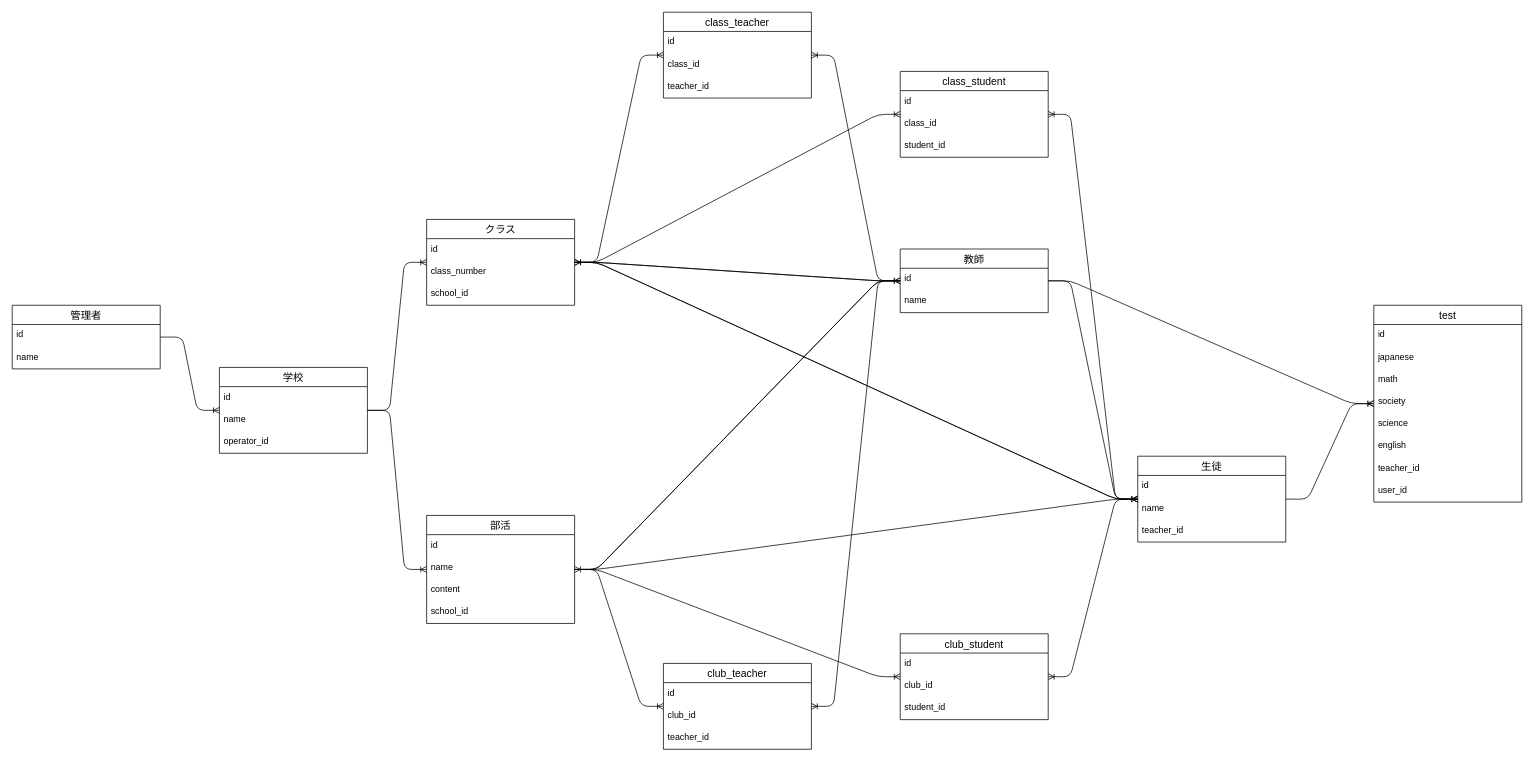
The draw.io diagram src/dio/struc.dio in hikobend/school_list, before the edit. Source tidied: cells renumbered, new cells numbered last; positions are measured from the earlier drawing's top-left corner, leaving out a move shared by most shapes. Both pictures are drawn from the tidied source at 74%, with x=0, y=0 at pixel (12, 12).
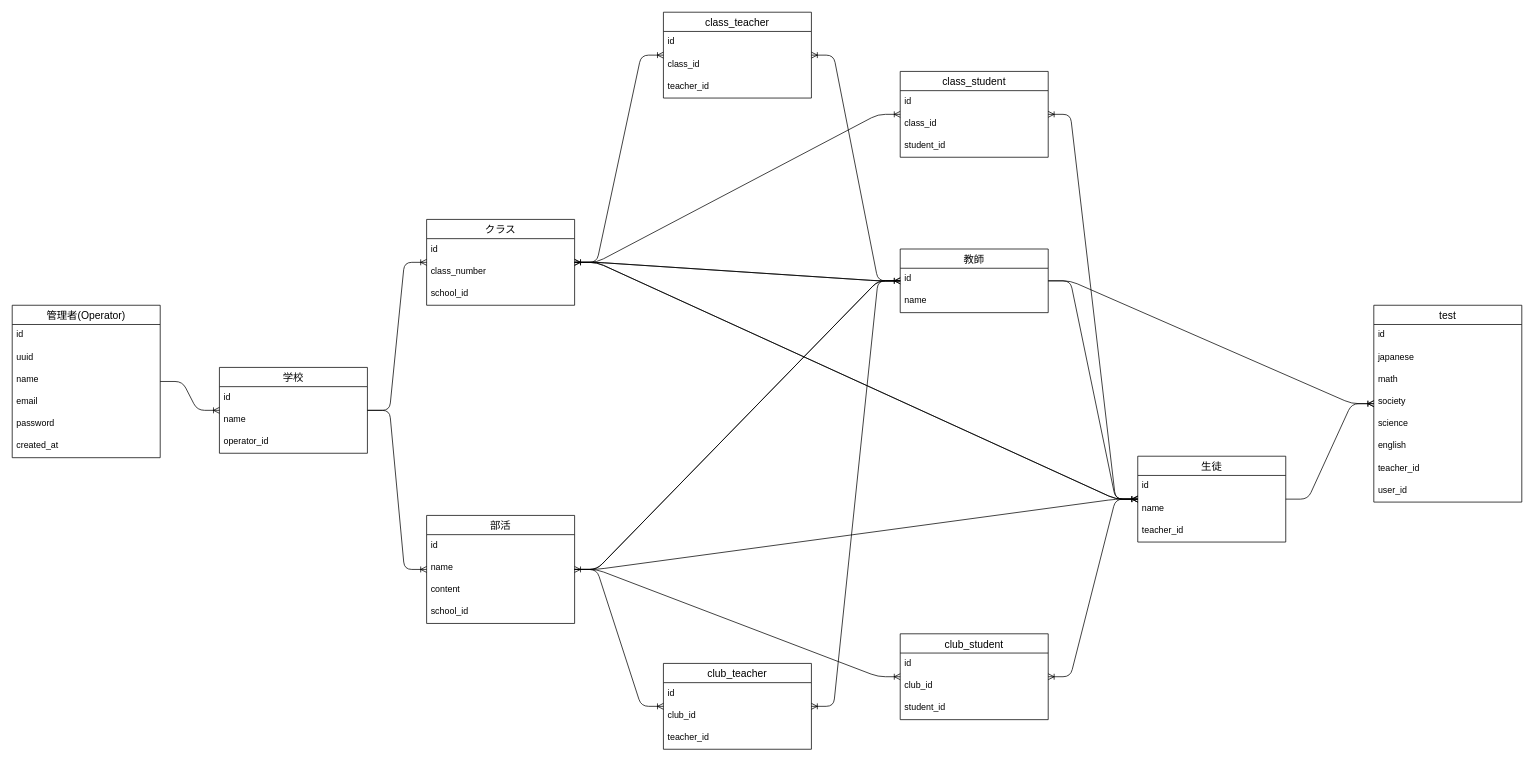
Above is the later version.

Commit message:
Operator ER変更

Change to the diagram source:
```diff
@@
-    <mxCell id="67" value="管理者" style="swimlane;fontStyle=0;horizontal=1;startSize=26;align=center;fontSize=14;" parent="1" vertex="1">
-      <mxGeometry y="396" width="200" height="86" as="geometry" />
+    <mxCell id="67" value="管理者(Operator)" style="swimlane;fontStyle=0;horizontal=1;startSize=26;align=center;fontSize=14;" parent="1" vertex="1">
+      <mxGeometry y="396" width="200" height="206" as="geometry" />
     </mxCell>
@@
-    <mxCell id="69" value="name" style="text;strokeColor=none;fillColor=none;spacingLeft=4;spacingRight=4;overflow=hidden;fontSize=12;" parent="67" vertex="1">
+    <mxCell id="69" value="uuid" style="text;strokeColor=none;fillColor=none;spacingLeft=4;spacingRight=4;overflow=hidden;fontSize=12;" parent="67" vertex="1">
       <mxGeometry y="56" width="200" height="30" as="geometry" />
     </mxCell>
+    <mxCell id="71" value="name" style="text;strokeColor=none;fillColor=none;spacingLeft=4;spacingRight=4;overflow=hidden;fontSize=12;" parent="67" vertex="1">
+      <mxGeometry y="86" width="200" height="30" as="geometry" />
+    </mxCell>
+    <mxCell id="72" value="email" style="text;strokeColor=none;fillColor=none;spacingLeft=4;spacingRight=4;overflow=hidden;fontSize=12;" parent="67" vertex="1">
+      <mxGeometry y="116" width="200" height="30" as="geometry" />
+    </mxCell>
+    <mxCell id="73" value="password" style="text;strokeColor=none;fillColor=none;spacingLeft=4;spacingRight=4;overflow=hidden;fontSize=12;" parent="67" vertex="1">
+      <mxGeometry y="146" width="200" height="30" as="geometry" />
+    </mxCell>
+    <mxCell id="74" value="created_at" style="text;strokeColor=none;fillColor=none;spacingLeft=4;spacingRight=4;overflow=hidden;fontSize=12;" parent="67" vertex="1">
+      <mxGeometry y="176" width="200" height="30" as="geometry" />
+    </mxCell>
```
